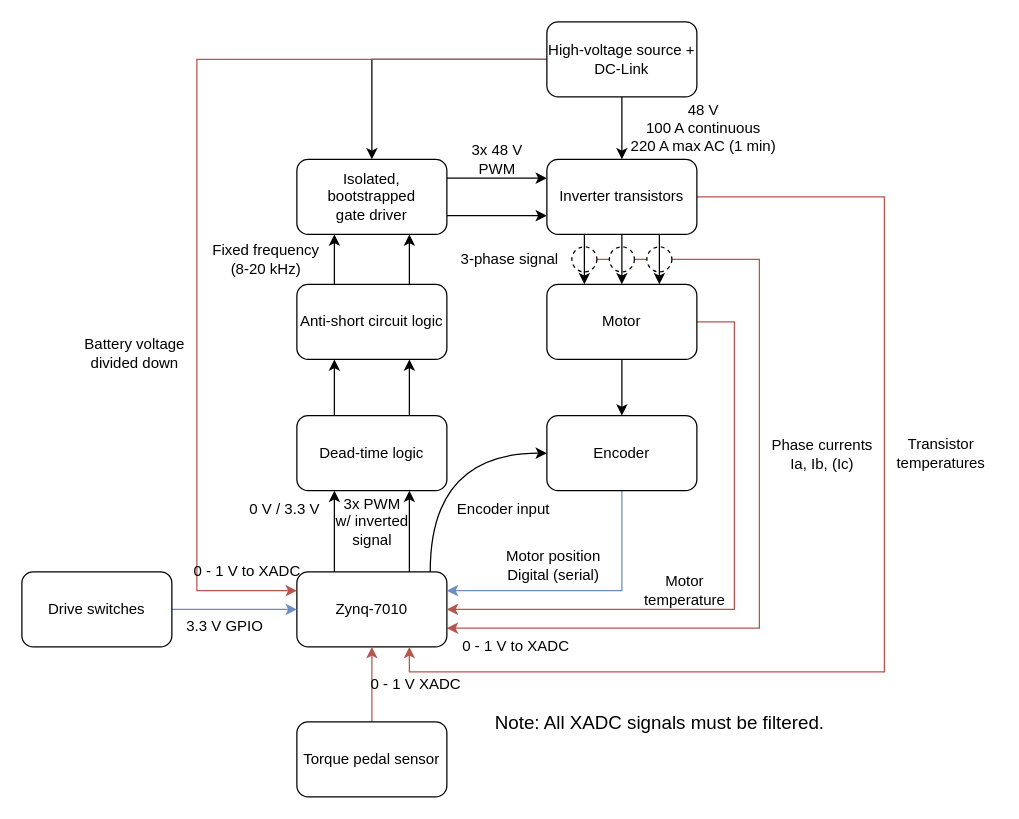
Earlier version of the draw.io diagram page "Hardware Overview" (1 of 5) of Overview/ElectricGoKart.drawio (SR-Madsen/ElectricGoKart). Source tidied: cells renumbered, new cells numbered last; positions are measured from the earlier drawing's top-left corner, leaving out a move shared by most shapes. Both pictures are drawn from the tidied source at 125%, with x=0, y=0 at pixel (21, 21).
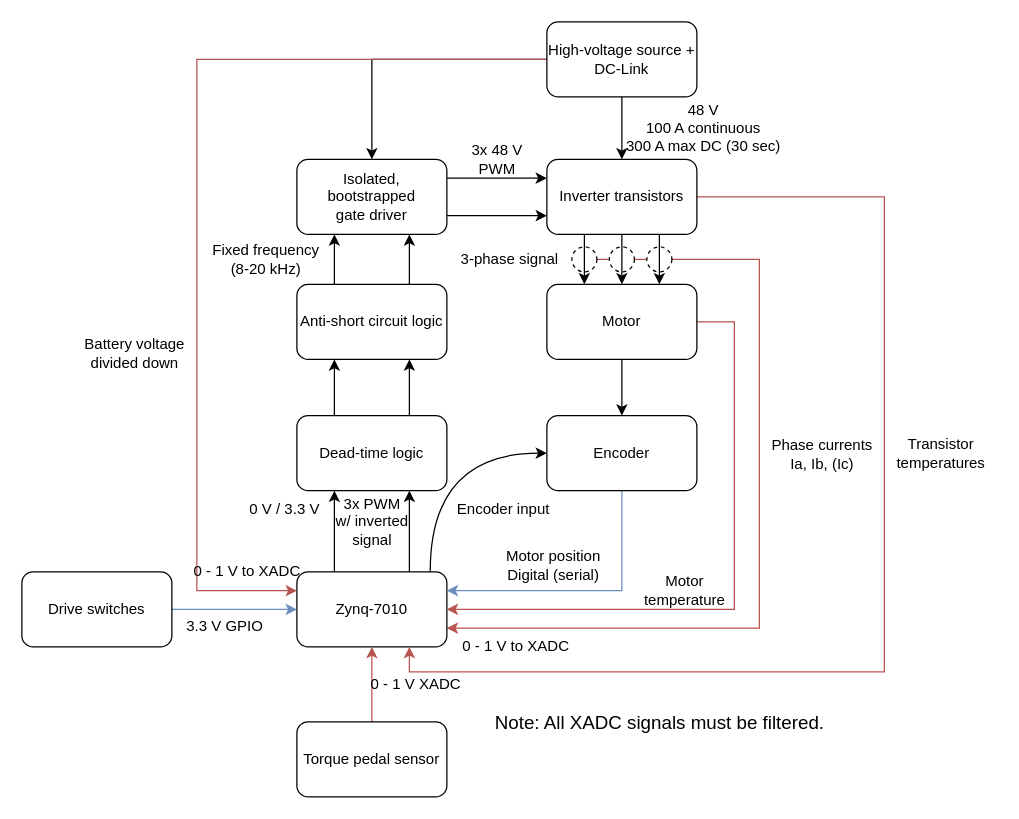
The same page after the edit.

Commit message (it also covers changes not shown here):
Added newest datasheets Rakesh put up. Added some links for software design. Minor changes to draw.io file.

Change to the diagram source:
```diff
@@
-    <mxCell id="52" value="&lt;div&gt;48 V&lt;/div&gt;&lt;div&gt;100 A continuous&lt;/div&gt;&lt;div&gt;220 A max AC (1 min)&lt;br&gt;&lt;/div&gt;" style="text;html=1;align=center;verticalAlign=middle;" parent="1" vertex="1">
-      <mxGeometry x="480" y="60" width="130" height="50" as="geometry" />
+    <mxCell id="52" value="&lt;div&gt;48 V&lt;/div&gt;&lt;div&gt;100 A continuous&lt;/div&gt;&lt;div&gt;300 A max DC (30 sec)&lt;br&gt;&lt;/div&gt;" style="text;html=1;align=center;verticalAlign=middle;" parent="1" vertex="1">
+      <mxGeometry x="475" y="60" width="140" height="50" as="geometry" />
     </mxCell>
```
